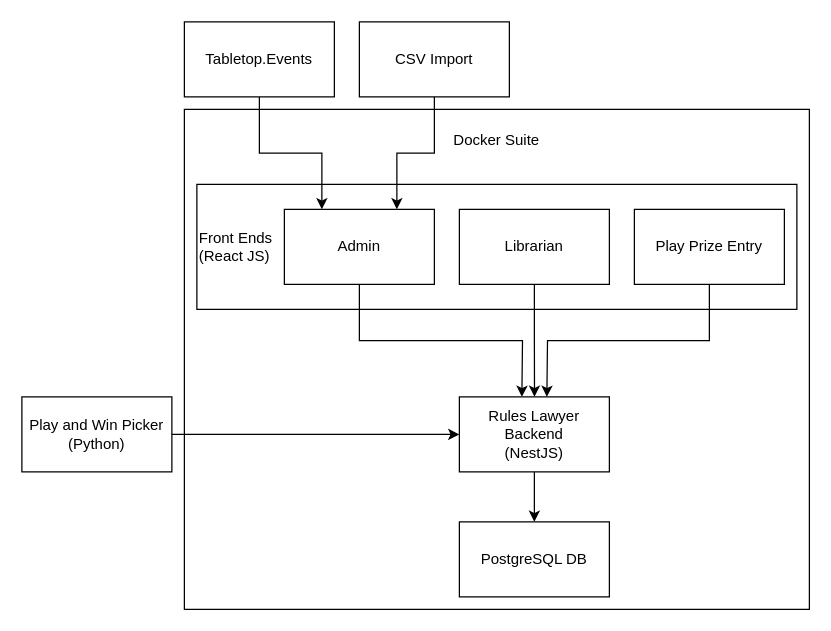
Above: Documentation/System Diagram.drawio in geekwaytothewest/ruleslawyer-backend (draw.io), before the change. Source tidied: cells renumbered, new cells numbered last; positions are measured from the earlier drawing's top-left corner, leaving out a move shared by most shapes. Both pictures are drawn from the tidied source at 125%, with x=0, y=0 at pixel (21, 21).
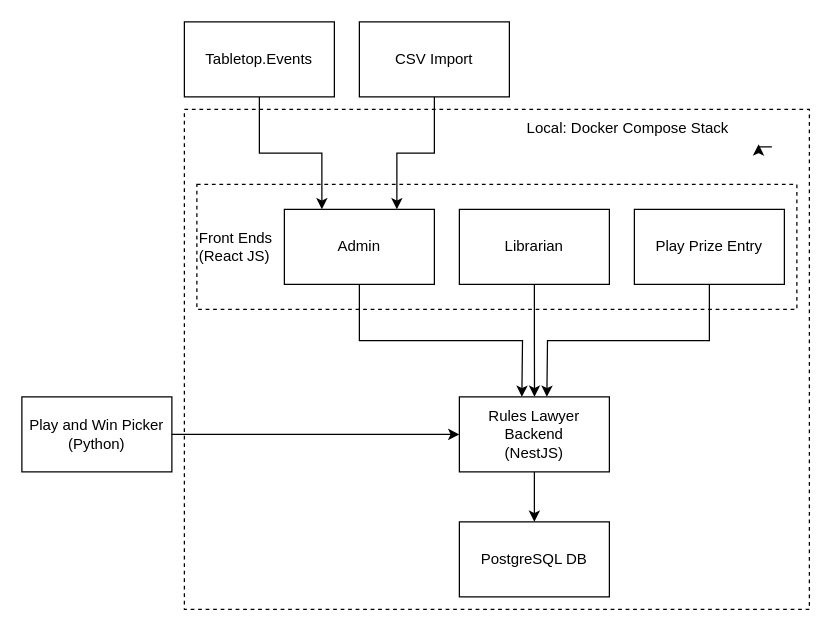
The same diagram, later.

Change to the diagram source:
```diff
@@
-    <mxCell id="2" style="rounded=0;whiteSpace=wrap;html=1;" parent="1" vertex="1">
+    <mxCell id="2" style="rounded=0;whiteSpace=wrap;html=1;dashed=1;" parent="1" vertex="1">
       <mxGeometry x="130" y="70" width="500" height="400" as="geometry" />
     </mxCell>
-    <mxCell id="3" value="Front Ends&lt;div&gt;(React JS)&lt;/div&gt;" style="rounded=0;whiteSpace=wrap;html=1;align=left;" parent="1" vertex="1">
+    <mxCell id="3" value="Front Ends&lt;div&gt;(React JS)&lt;/div&gt;" style="rounded=0;whiteSpace=wrap;html=1;align=left;dashed=1;" parent="1" vertex="1">
       <mxGeometry x="140" y="130" width="480" height="100" as="geometry" />
     </mxCell>
@@
-    <mxCell id="15" value="Docker Suite" style="text;html=1;align=center;verticalAlign=middle;whiteSpace=wrap;rounded=0;" parent="1" vertex="1">
-      <mxGeometry x="315" y="80" width="130" height="30" as="geometry" />
+    <mxCell id="15" value="Local: Docker Compose Stack" style="text;html=1;align=center;verticalAlign=middle;whiteSpace=wrap;rounded=0;" parent="1" vertex="1">
+      <mxGeometry x="370" y="70" width="230" height="30" as="geometry" />
     </mxCell>
@@
+    <mxCell id="20" style="edgeStyle=orthogonalEdgeStyle;rounded=0;orthogonalLoop=1;jettySize=auto;html=1;exitX=1;exitY=1;exitDx=0;exitDy=0;entryX=0.954;entryY=0.933;entryDx=0;entryDy=0;entryPerimeter=0;" parent="1" edge="1" source="15" target="15">
+      <mxGeometry relative="1" as="geometry" />
+    </mxCell>
```
